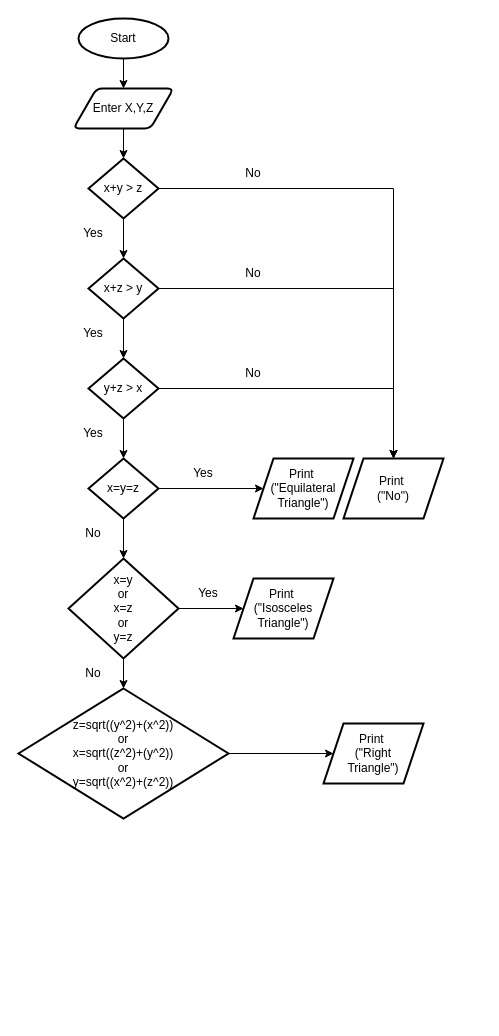
This is IswhatTriangle.drawio from Knightsepehr/flowchartz, a draw.io file, before an edit. Source tidied: cells renumbered, new cells numbered last; positions are measured from the earlier drawing's top-left corner, leaving out a move shared by most shapes. Both pictures are drawn from the tidied source at 100%, with x=0, y=0 at pixel (18, 18).
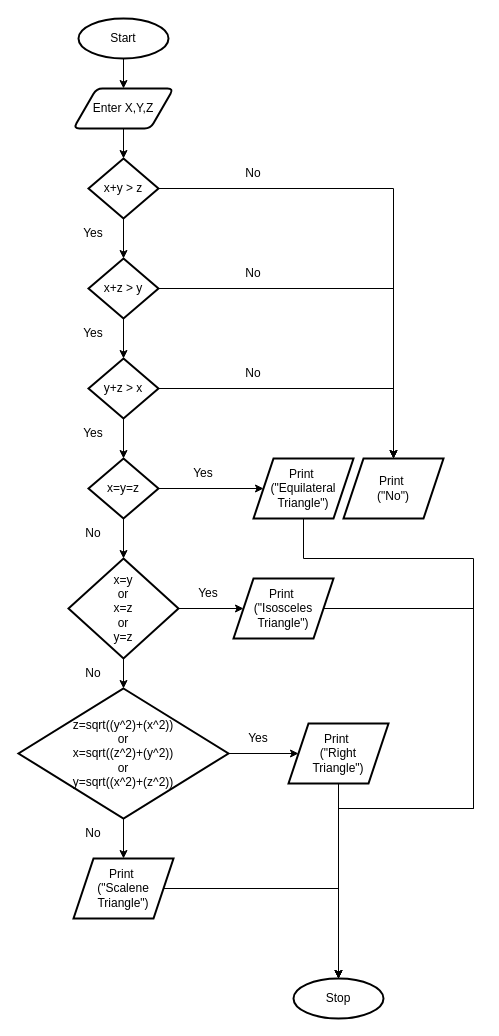
Above is the later version.

Unchanged cells that the change refers to:
```xml
<mxCell id="28" value="Print&amp;nbsp;&lt;br&gt;(&quot;Equilateral Triangle&quot;)" style="shape=parallelogram;perimeter=parallelogramPerimeter;whiteSpace=wrap;html=1;fixedSize=1;strokeWidth=2;" parent="1" vertex="1">
  <mxGeometry x="235" y="440" width="100" height="60" as="geometry" />
</mxCell>
<mxCell id="31" value="Print&amp;nbsp;&lt;br&gt;(&quot;Isosceles Triangle&quot;)" style="shape=parallelogram;perimeter=parallelogramPerimeter;whiteSpace=wrap;html=1;fixedSize=1;strokeWidth=2;" parent="1" vertex="1">
  <mxGeometry x="215" y="560" width="100" height="60" as="geometry" />
</mxCell>
<mxCell id="34" value="z=sqrt((y^2)+(x^2))&lt;br&gt;or&lt;br&gt;x=sqrt((z^2)+(y^2))&lt;br&gt;or&lt;br&gt;y=sqrt((x^2)+(z^2))" style="rhombus;whiteSpace=wrap;html=1;strokeWidth=2;" parent="1" vertex="1">
  <mxGeometry y="670" width="210" height="130" as="geometry" />
</mxCell>
```

The edit, as a diff of the source:
```diff
@@
+    <mxCell id="37" style="edgeStyle=orthogonalEdgeStyle;rounded=0;jettySize=auto;html=1;" parent="1" edge="1" source="28" target="45">
+      <mxGeometry relative="1" as="geometry">
+        <Array as="points">
+          <mxPoint x="285" y="540" />
+          <mxPoint x="455" y="540" />
+          <mxPoint x="455" y="790" />
+          <mxPoint x="320" y="790" />
+        </Array>
+      </mxGeometry>
+    </mxCell>
@@
+    <mxCell id="38" style="edgeStyle=orthogonalEdgeStyle;rounded=0;jettySize=auto;html=1;" parent="1" edge="1" source="31" target="45">
+      <mxGeometry relative="1" as="geometry">
+        <Array as="points">
+          <mxPoint x="455" y="590" />
+          <mxPoint x="455" y="790" />
+          <mxPoint x="320" y="790" />
+        </Array>
+      </mxGeometry>
+    </mxCell>
@@
+    <mxCell id="39" style="edgeStyle=orthogonalEdgeStyle;rounded=0;jettySize=auto;html=1;" parent="1" edge="1" source="34" target="42">
+      <mxGeometry relative="1" as="geometry" />
+    </mxCell>
@@
+    <mxCell id="40" style="edgeStyle=orthogonalEdgeStyle;rounded=0;jettySize=auto;html=1;" parent="1" edge="1" source="36" target="45">
+      <mxGeometry relative="1" as="geometry" />
+    </mxCell>
     <mxCell id="36" value="Print&amp;nbsp;&lt;br&gt;(&quot;Right &lt;br&gt;Triangle&quot;)" style="shape=parallelogram;perimeter=parallelogramPerimeter;whiteSpace=wrap;html=1;fixedSize=1;strokeWidth=2;" parent="1" vertex="1">
-      <mxGeometry x="305" y="705" width="100" height="60" as="geometry" />
+      <mxGeometry x="270" y="705" width="100" height="60" as="geometry" />
     </mxCell>
+    <mxCell id="41" style="edgeStyle=orthogonalEdgeStyle;rounded=0;jettySize=auto;html=1;" parent="1" edge="1" source="42" target="45">
+      <mxGeometry relative="1" as="geometry" />
+    </mxCell>
+    <mxCell id="42" value="Print&amp;nbsp;&lt;br&gt;(&quot;Scalene Triangle&quot;)" style="shape=parallelogram;perimeter=parallelogramPerimeter;whiteSpace=wrap;html=1;fixedSize=1;strokeWidth=2;" parent="1" vertex="1">
+      <mxGeometry x="55" y="840" width="100" height="60" as="geometry" />
+    </mxCell>
+    <mxCell id="43" value="No" style="text;html=1;strokeColor=none;fillColor=none;align=center;verticalAlign=middle;whiteSpace=wrap;rounded=0;" parent="1" vertex="1">
+      <mxGeometry x="45" y="800" width="60" height="30" as="geometry" />
+    </mxCell>
+    <mxCell id="44" value="Yes" style="text;html=1;strokeColor=none;fillColor=none;align=center;verticalAlign=middle;whiteSpace=wrap;rounded=0;" parent="1" vertex="1">
+      <mxGeometry x="210" y="705" width="60" height="30" as="geometry" />
+    </mxCell>
+    <mxCell id="45" value="Stop" style="strokeWidth=2;html=1;shape=mxgraph.flowchart.start_1;whiteSpace=wrap;" parent="1" vertex="1">
+      <mxGeometry x="275" y="960" width="90" height="40" as="geometry" />
+    </mxCell>
```
